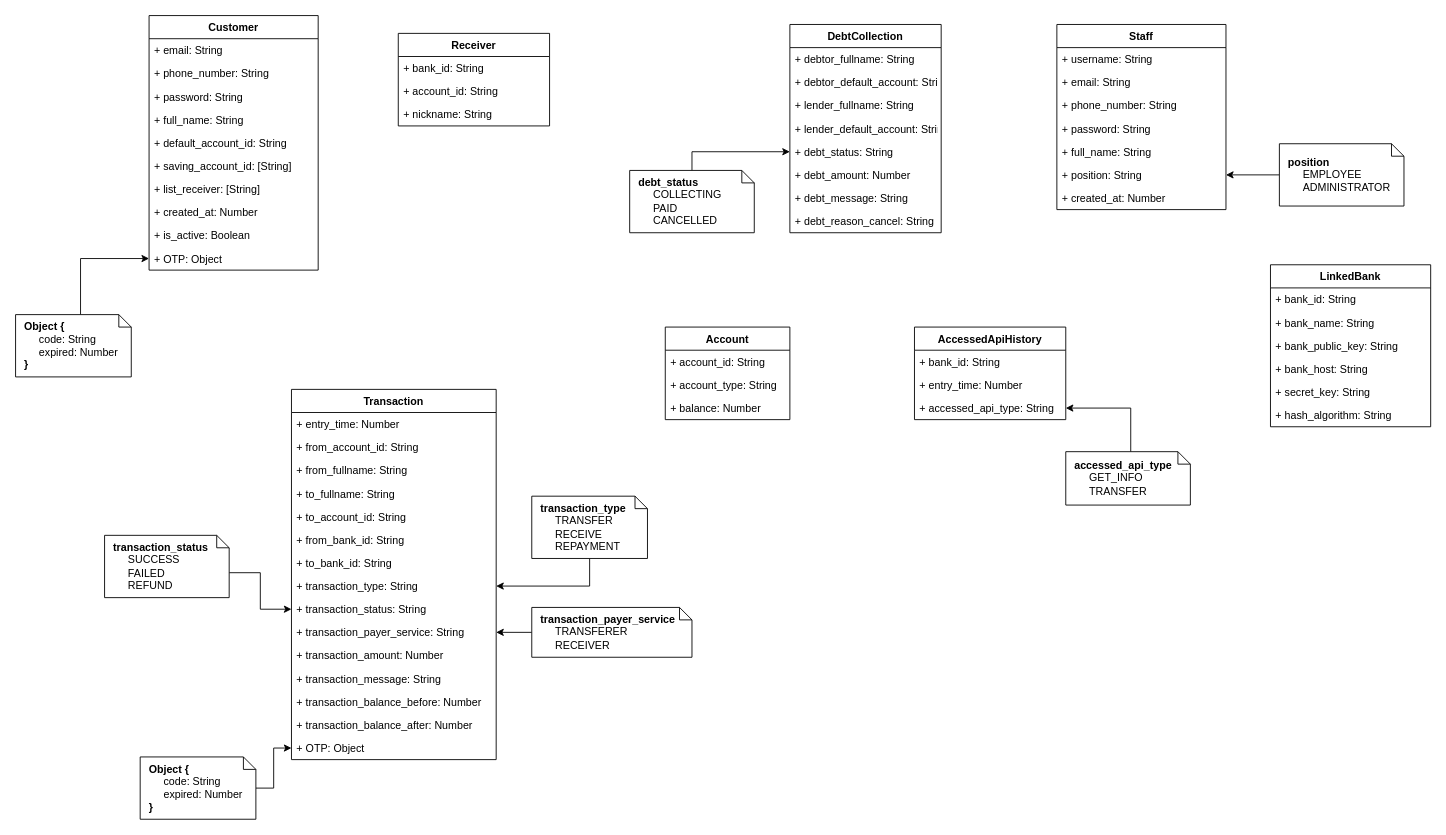
Earlier version of the draw.io diagram 03_Design/01_Data/InternetBanking.drawio (imdotnhsang/AWAD_NNDK_08). Source tidied: cells renumbered, new cells numbered last; positions are measured from the earlier drawing's top-left corner, leaving out a move shared by most shapes. Both pictures are drawn from the tidied source at 89%, with x=0, y=0 at pixel (15, 15).
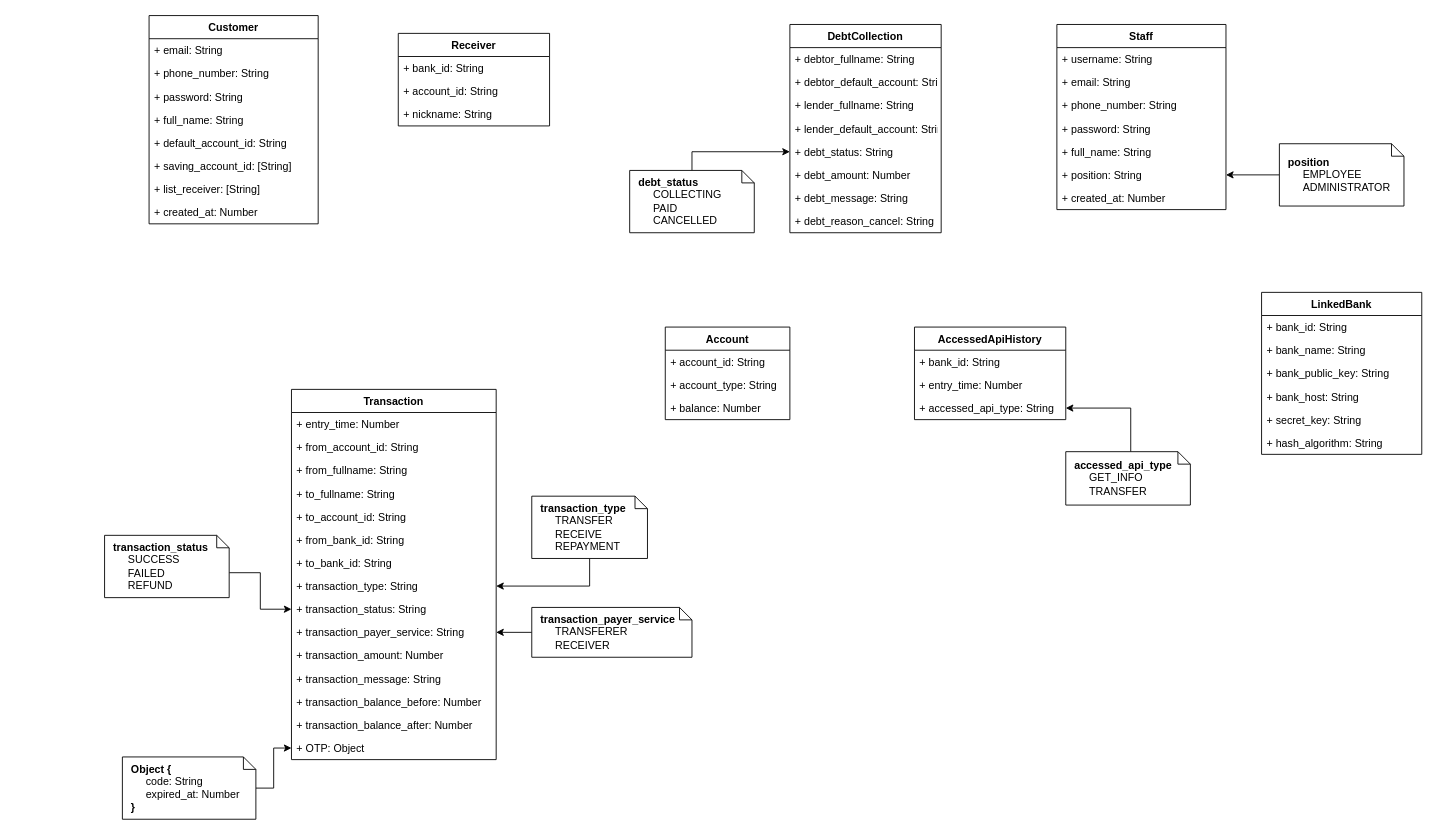
The same diagram, later.

The edit, as a diff of the source:
```diff
@@
-    <mxCell id="4" style="edgeStyle=orthogonalEdgeStyle;rounded=0;jettySize=auto;html=1;exitX=0;exitY=0;exitDx=73;exitDy=0;exitPerimeter=0;" parent="1" edge="1" source="5" target="53">
-      <mxGeometry relative="1" as="geometry" />
-    </mxCell>
-    <mxCell id="5" value="&lt;b&gt;Object {&lt;/b&gt;&lt;br&gt;&amp;nbsp; &amp;nbsp; &amp;nbsp;code: String&lt;br&gt;&amp;nbsp; &amp;nbsp; &amp;nbsp;expired: Number&lt;br&gt;&lt;b&gt;}&lt;/b&gt;" style="shape=note;whiteSpace=wrap;html=1;size=14;verticalAlign=middle;align=left;spacingTop=0;spacing=10;" parent="1" vertex="1">
-      <mxGeometry y="336" width="130" height="70" as="geometry" />
-    </mxCell>
@@
     <mxCell id="28" value="LinkedBank" style="swimlane;fontStyle=1;horizontal=1;startSize=26;fillColor=none;" parent="1" vertex="1">
-      <mxGeometry x="1410" y="280" width="180" height="182" as="geometry" />
+      <mxGeometry x="1400" y="311" width="180" height="182" as="geometry" />
     </mxCell>
@@
     <mxCell id="43" value="Customer" style="swimlane;fontStyle=1;horizontal=1;startSize=26;fillColor=none;" parent="1" vertex="1">
-      <mxGeometry x="150" width="190" height="286" as="geometry" />
+      <mxGeometry x="150" width="190" height="234" as="geometry" />
     </mxCell>
@@
-    <mxCell id="52" value="+ is_active: Boolean" style="text;strokeColor=none;fillColor=none;align=left;verticalAlign=top;spacingLeft=4;spacingRight=4;overflow=hidden;" parent="43" vertex="1">
-      <mxGeometry y="234" width="190" height="26" as="geometry" />
-    </mxCell>
-    <mxCell id="53" value="+ OTP: Object" style="text;strokeColor=none;fillColor=none;align=left;verticalAlign=top;spacingLeft=4;spacingRight=4;overflow=hidden;points=[[0,0.5],[1,0.5]];portConstraint=eastwest;" parent="43" vertex="1">
-      <mxGeometry y="260" width="190" height="26" as="geometry" />
-    </mxCell>
@@
-    <mxCell id="55" value="&lt;b&gt;Object {&lt;/b&gt;&lt;br&gt;&amp;nbsp; &amp;nbsp; &amp;nbsp;code: String&lt;br&gt;&amp;nbsp; &amp;nbsp; &amp;nbsp;expired: Number&lt;br&gt;&lt;b&gt;}&lt;/b&gt;" style="shape=note;whiteSpace=wrap;html=1;size=14;verticalAlign=middle;align=left;spacingTop=0;spacing=10;" parent="1" vertex="1">
-      <mxGeometry x="140" y="833" width="130" height="70" as="geometry" />
+    <mxCell id="55" value="&lt;b&gt;Object {&lt;/b&gt;&lt;br&gt;&amp;nbsp; &amp;nbsp; &amp;nbsp;code: String&lt;br&gt;&amp;nbsp; &amp;nbsp; &amp;nbsp;expired_at: Number&lt;br&gt;&lt;b&gt;}&lt;/b&gt;" style="shape=note;whiteSpace=wrap;html=1;size=14;verticalAlign=middle;align=left;spacingTop=0;spacing=10;" parent="1" vertex="1">
+      <mxGeometry x="120" y="833" width="150" height="70" as="geometry" />
     </mxCell>
```
